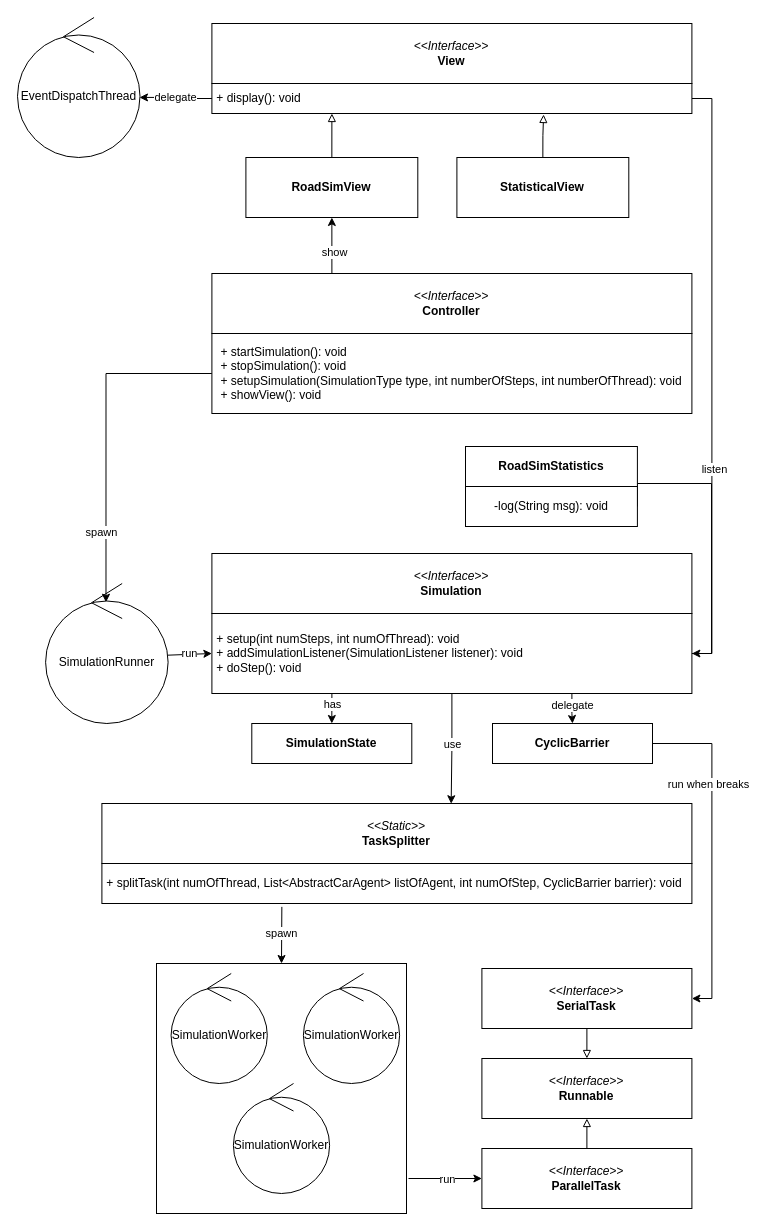
Above: page "uml" (1 of 2) of PCD_ASS01.drawio in zucchero-sintattico/PCD-ASS02-23-24 (draw.io), before the change. Source tidied: cells renumbered, new cells numbered last; positions are measured from the earlier drawing's top-left corner, leaving out a move shared by most shapes. Both pictures are drawn from the tidied source at 100%, with x=0, y=0 at pixel (17, 17).
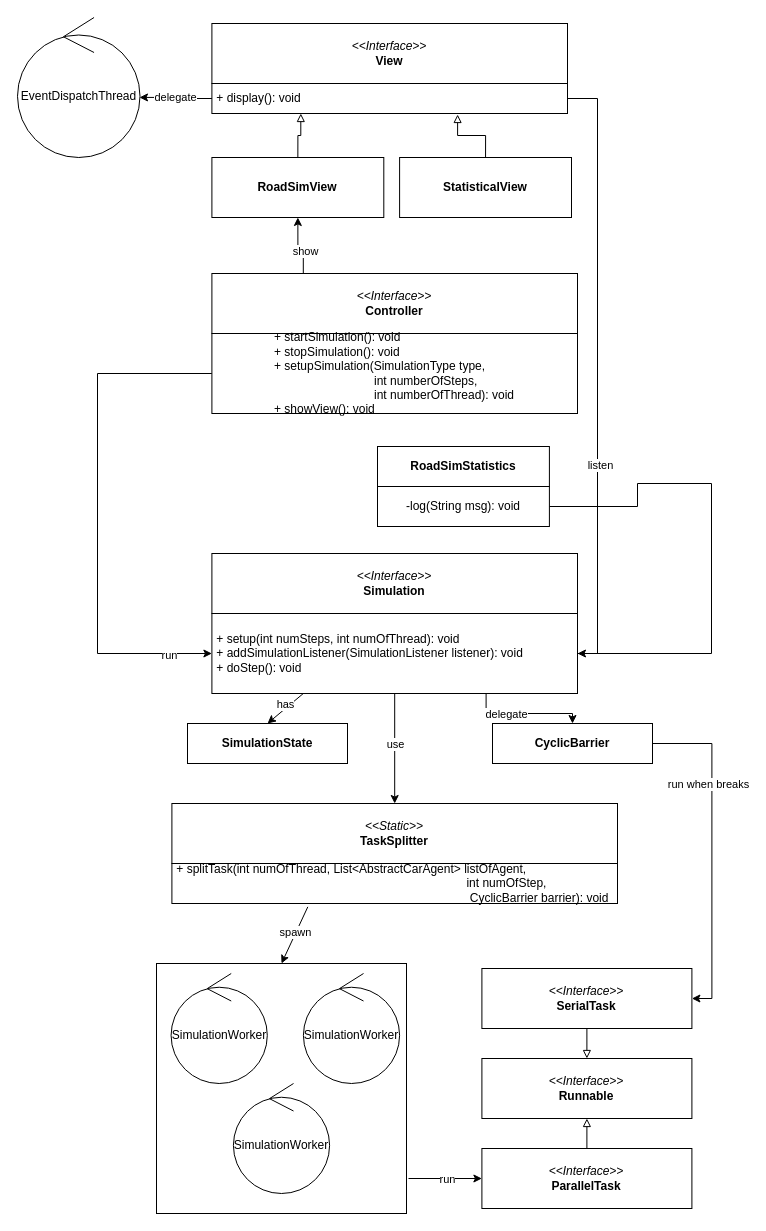
The same page after the edit.

What changed in the source:
```diff
@@
     <mxCell id="4" value="&lt;i&gt;&amp;lt;&amp;lt;Interface&amp;gt;&amp;gt;&lt;/i&gt;&lt;div&gt;&lt;b&gt;Controller&lt;/b&gt;&lt;/div&gt;" style="rounded=0;whiteSpace=wrap;html=1;" parent="1" vertex="1">
-      <mxGeometry x="194.4" y="256" width="480" height="60" as="geometry" />
+      <mxGeometry x="194.4" y="256" width="365.6" height="60" as="geometry" />
     </mxCell>
-    <mxCell id="5" style="edgeStyle=orthogonalEdgeStyle;rounded=0;jettySize=auto;html=1;entryX=0.493;entryY=0.134;entryDx=0;entryDy=0;entryPerimeter=0;" parent="1" edge="1" source="7" target="8">
-      <mxGeometry relative="1" as="geometry" />
+    <mxCell id="5" style="edgeStyle=orthogonalEdgeStyle;rounded=0;jettySize=auto;html=1;entryX=0;entryY=0.5;entryDx=0;entryDy=0;exitX=0;exitY=0.5;exitDx=0;exitDy=0;" parent="1" edge="1" source="7" target="20">
+      <mxGeometry relative="1" as="geometry">
+        <Array as="points">
+          <mxPoint x="80" y="356" />
+          <mxPoint x="80" y="636" />
+        </Array>
+      </mxGeometry>
     </mxCell>
-    <mxCell id="6" value="spawn" style="edgeLabel;html=1;align=center;verticalAlign=middle;" parent="5" vertex="1">
-      <mxGeometry x="0.58" y="-5" relative="1" as="geometry" />
-    </mxCell>
+    <mxCell id="11" value="run" style="edgeLabel;html=1;align=center;verticalAlign=middle;" parent="5" vertex="1">
+      <mxGeometry x="0.83" y="-1" relative="1" as="geometry" />
+    </mxCell>
-    <mxCell id="7" value="&lt;div style=&quot;text-align: left;&quot;&gt;+ startSimulation(): void&lt;/div&gt;&lt;div style=&quot;text-align: left;&quot;&gt;+ s&lt;span style=&quot;background-color: initial;&quot;&gt;topSimulation(): void&lt;/span&gt;&lt;/div&gt;&lt;div style=&quot;text-align: left;&quot;&gt;&lt;span style=&quot;background-color: initial;&quot;&gt;+ setupSimulation(SimulationType type, int numberOfSteps, int numberOfThread): void&lt;/span&gt;&lt;/div&gt;&lt;div style=&quot;text-align: left;&quot;&gt;&lt;span style=&quot;background-color: initial;&quot;&gt;+ showView(): void&lt;/span&gt;&lt;/div&gt;" style="rounded=0;whiteSpace=wrap;html=1;" parent="1" vertex="1">
-      <mxGeometry x="194.4" y="316" width="480" height="80" as="geometry" />
+    <mxCell id="7" value="&lt;div style=&quot;text-align: left;&quot;&gt;+ startSimulation(): void&lt;/div&gt;&lt;div style=&quot;text-align: left;&quot;&gt;+ s&lt;span style=&quot;background-color: initial;&quot;&gt;topSimulation(): void&lt;/span&gt;&lt;/div&gt;&lt;div style=&quot;text-align: left;&quot;&gt;&lt;span style=&quot;background-color: initial;&quot;&gt;+ setupSimulation(SimulationType type,&lt;/span&gt;&lt;/div&gt;&lt;div style=&quot;text-align: left;&quot;&gt;&lt;span style=&quot;background-color: initial;&quot;&gt;&lt;span style=&quot;white-space: pre;&quot;&gt;&#9;&lt;/span&gt;&lt;span style=&quot;white-space: pre;&quot;&gt;&#9;&lt;/span&gt;&lt;span style=&quot;white-space: pre;&quot;&gt;&#9;     &lt;/span&gt;&amp;nbsp;int numberOfSteps,&lt;/span&gt;&lt;/div&gt;&lt;div style=&quot;text-align: left;&quot;&gt;&lt;span style=&quot;background-color: initial;&quot;&gt;&amp;nbsp; &amp;nbsp; &amp;nbsp; &amp;nbsp; &lt;span style=&quot;white-space: pre;&quot;&gt;&#9;&lt;/span&gt;&lt;span style=&quot;white-space: pre;&quot;&gt;&#9;     &lt;/span&gt;&amp;nbsp;int numberOfThread): void&lt;/span&gt;&lt;/div&gt;&lt;div style=&quot;text-align: left;&quot;&gt;&lt;span style=&quot;background-color: initial;&quot;&gt;+ showView(): void&lt;/span&gt;&lt;/div&gt;" style="rounded=0;whiteSpace=wrap;html=1;" parent="1" vertex="1">
+      <mxGeometry x="194.4" y="316" width="365.6" height="80" as="geometry" />
     </mxCell>
-    <mxCell id="8" value="SimulationRunner" style="ellipse;shape=umlControl;whiteSpace=wrap;html=1;" parent="1" vertex="1">
-      <mxGeometry x="28.1" y="566" width="122.5" height="140" as="geometry" />
-    </mxCell>
     <mxCell id="9" value="&lt;i&gt;&amp;lt;&amp;lt;Interface&amp;gt;&amp;gt;&lt;/i&gt;&lt;div&gt;&lt;b&gt;Simulation&lt;/b&gt;&lt;/div&gt;" style="rounded=0;whiteSpace=wrap;html=1;" parent="1" vertex="1">
-      <mxGeometry x="194.4" y="536" width="480" height="60" as="geometry" />
+      <mxGeometry x="194.4" y="536" width="365.6" height="60" as="geometry" />
     </mxCell>
-    <mxCell id="10" style="rounded=0;jettySize=auto;html=1;exitX=0;exitY=0.5;exitDx=0;exitDy=0;entryX=0.999;entryY=0.512;entryDx=0;entryDy=0;entryPerimeter=0;endArrow=none;endFill=0;startArrow=classic;startFill=1;" parent="1" edge="1" source="20" target="8">
-      <mxGeometry relative="1" as="geometry" />
-    </mxCell>
-    <mxCell id="11" value="run" style="edgeLabel;html=1;align=center;verticalAlign=middle;" parent="10" vertex="1">
-      <mxGeometry x="0.05" y="2" relative="1" as="geometry">
-        <mxPoint y="-3" as="offset" />
-      </mxGeometry>
-    </mxCell>
-    <mxCell id="12" style="edgeStyle=orthogonalEdgeStyle;rounded=0;jettySize=auto;html=1;entryX=0.592;entryY=0.004;entryDx=0;entryDy=0;entryPerimeter=0;" parent="1" edge="1" source="20" target="21">
+    <mxCell id="12" style="rounded=0;jettySize=auto;html=1;entryX=0.5;entryY=0;entryDx=0;entryDy=0;" parent="1" edge="1" source="20" target="21">
       <mxGeometry relative="1" as="geometry" />
     </mxCell>
@@
     <mxCell id="20" value="&lt;div style=&quot;&quot;&gt;&amp;nbsp;+ setup(int numSteps, int numOfThread): void&lt;br&gt;&lt;/div&gt;&lt;div style=&quot;&quot;&gt;&lt;div style=&quot;&quot;&gt;&amp;nbsp;+ addSimulationListener(SimulationListener listener): void&lt;/div&gt;&lt;div style=&quot;&quot;&gt;&lt;span style=&quot;background-color: initial;&quot;&gt;&amp;nbsp;+ doStep(): void&lt;/span&gt;&lt;br&gt;&lt;/div&gt;&lt;/div&gt;" style="rounded=0;whiteSpace=wrap;html=1;align=left;" parent="1" vertex="1">
-      <mxGeometry x="194.4" y="596" width="480" height="80" as="geometry" />
+      <mxGeometry x="194.4" y="596" width="365.6" height="80" as="geometry" />
     </mxCell>
     <mxCell id="21" value="&lt;i&gt;&amp;lt;&amp;lt;Static&amp;gt;&amp;gt;&lt;/i&gt;&lt;div&gt;&lt;b&gt;TaskSplitter&lt;/b&gt;&lt;/div&gt;" style="rounded=0;whiteSpace=wrap;html=1;" parent="1" vertex="1">
-      <mxGeometry x="84.4" y="786" width="590" height="60" as="geometry" />
+      <mxGeometry x="154.4" y="786" width="445.6" height="60" as="geometry" />
     </mxCell>
-    <mxCell id="22" value="&lt;div style=&quot;&quot;&gt;&amp;nbsp;+ splitTask(&lt;span style=&quot;background-color: initial;&quot;&gt;int numOfThread, List&amp;lt;AbstractCarAgent&amp;gt; listOfAgent, int numOfStep,&amp;nbsp;&lt;/span&gt;&lt;span style=&quot;background-color: initial;&quot;&gt;CyclicBarrier barrier&lt;/span&gt;): void&lt;/div&gt;" style="rounded=0;whiteSpace=wrap;html=1;align=left;" parent="1" vertex="1">
-      <mxGeometry x="84.4" y="846" width="590" height="40" as="geometry" />
+    <mxCell id="22" value="&lt;div style=&quot;&quot;&gt;&amp;nbsp;+ splitTask(&lt;span style=&quot;background-color: initial;&quot;&gt;int numOfThread, List&amp;lt;AbstractCarAgent&amp;gt; listOfAgent,&lt;/span&gt;&lt;/div&gt;&lt;div style=&quot;&quot;&gt;&lt;span style=&quot;background-color: initial;&quot;&gt;&lt;span style=&quot;white-space: pre;&quot;&gt;&#9;&lt;/span&gt;&lt;span style=&quot;white-space: pre;&quot;&gt;&#9;&lt;/span&gt;&lt;span style=&quot;white-space: pre;&quot;&gt;&#9;&lt;/span&gt;&lt;span style=&quot;white-space: pre;&quot;&gt;&#9;&lt;/span&gt;&lt;span style=&quot;white-space: pre;&quot;&gt;&#9;&lt;/span&gt;&lt;span style=&quot;white-space: pre;&quot;&gt;&#9;&lt;/span&gt;&lt;span style=&quot;white-space: pre;&quot;&gt;&#9;&lt;/span&gt;&lt;span style=&quot;white-space: pre;&quot;&gt;&#9;&lt;/span&gt;&lt;span style=&quot;white-space: pre;&quot;&gt;&#9;&lt;/span&gt;&lt;span style=&quot;white-space: pre;&quot;&gt;&#9;       &lt;/span&gt;&amp;nbsp;int numOfStep,&lt;/span&gt;&lt;/div&gt;&lt;div style=&quot;&quot;&gt;&lt;span style=&quot;background-color: initial;&quot;&gt;&lt;span style=&quot;white-space: pre;&quot;&gt;&#9;&lt;/span&gt;&lt;span style=&quot;white-space: pre;&quot;&gt;&#9;&lt;/span&gt;&lt;span style=&quot;white-space: pre;&quot;&gt;&#9;&lt;/span&gt;&lt;span style=&quot;white-space: pre;&quot;&gt;&#9;&lt;/span&gt;&lt;span style=&quot;white-space: pre;&quot;&gt;&#9;&lt;/span&gt;&lt;span style=&quot;white-space: pre;&quot;&gt;&#9;&lt;/span&gt;&lt;span style=&quot;white-space: pre;&quot;&gt;&#9;&lt;/span&gt;&lt;span style=&quot;white-space: pre;&quot;&gt;&#9;&lt;/span&gt;&lt;span style=&quot;white-space: pre;&quot;&gt;&#9;&lt;/span&gt;&lt;span style=&quot;white-space: pre;&quot;&gt;&#9;        &lt;/span&gt;&amp;nbsp;&lt;/span&gt;&lt;span style=&quot;background-color: initial;&quot;&gt;CyclicBarrier barrier&lt;/span&gt;): void&lt;/div&gt;" style="rounded=0;whiteSpace=wrap;html=1;align=left;" parent="1" vertex="1">
+      <mxGeometry x="154.4" y="846" width="445.6" height="40" as="geometry" />
     </mxCell>
@@
     <mxCell id="32" value="&lt;div&gt;&lt;b&gt;SimulationState&lt;/b&gt;&lt;/div&gt;" style="rounded=0;whiteSpace=wrap;html=1;" parent="1" vertex="1">
-      <mxGeometry x="234.3" y="706" width="160" height="40" as="geometry" />
+      <mxGeometry x="170" y="706" width="160" height="40" as="geometry" />
     </mxCell>
     <mxCell id="33" value="&lt;i&gt;&amp;lt;&amp;lt;Interface&amp;gt;&amp;gt;&lt;/i&gt;&lt;div&gt;&lt;b&gt;View&lt;/b&gt;&lt;/div&gt;" style="rounded=0;whiteSpace=wrap;html=1;" parent="1" vertex="1">
-      <mxGeometry x="194.4" y="6" width="480" height="60" as="geometry" />
+      <mxGeometry x="194.4" y="6" width="355.6" height="60" as="geometry" />
     </mxCell>
@@
     <mxCell id="36" value="&lt;div style=&quot;&quot;&gt;&amp;nbsp;+ display(): void&lt;/div&gt;" style="rounded=0;whiteSpace=wrap;html=1;align=left;" parent="1" vertex="1">
-      <mxGeometry x="194.4" y="66" width="480" height="30" as="geometry" />
+      <mxGeometry x="194.4" y="66" width="355.6" height="30" as="geometry" />
     </mxCell>
@@
     <mxCell id="38" value="&lt;b&gt;RoadSimView&lt;/b&gt;" style="rounded=0;whiteSpace=wrap;html=1;" parent="1" vertex="1">
-      <mxGeometry x="228.4" y="140" width="171.9" height="60" as="geometry" />
+      <mxGeometry x="194.4" y="140" width="171.9" height="60" as="geometry" />
     </mxCell>
     <mxCell id="39" value="&lt;b&gt;StatisticalView&lt;/b&gt;" style="rounded=0;whiteSpace=wrap;html=1;" parent="1" vertex="1">
-      <mxGeometry x="439.4" y="140" width="171.9" height="60" as="geometry" />
+      <mxGeometry x="382.1" y="140" width="171.9" height="60" as="geometry" />
     </mxCell>
@@
     <mxCell id="42" value="&lt;b&gt;RoadSimStatistics&lt;/b&gt;" style="rounded=0;whiteSpace=wrap;html=1;" parent="1" vertex="1">
-      <mxGeometry x="448" y="429" width="171.9" height="40" as="geometry" />
+      <mxGeometry x="360" y="429" width="171.9" height="40" as="geometry" />
     </mxCell>
     <mxCell id="43" value="-log(String msg): void" style="rounded=0;whiteSpace=wrap;html=1;" parent="1" vertex="1">
-      <mxGeometry x="448" y="469" width="171.9" height="40" as="geometry" />
+      <mxGeometry x="360" y="469" width="171.9" height="40" as="geometry" />
     </mxCell>
```
